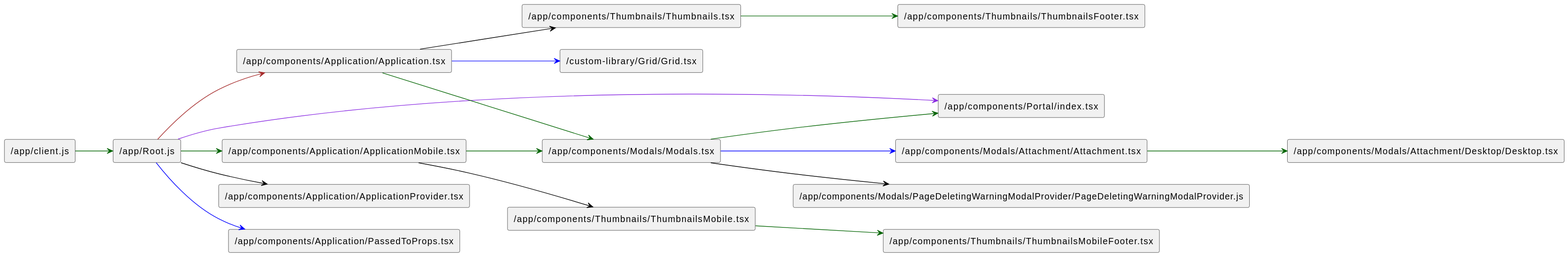
This is build/assets/treeComponentsUML.svg from mallchel/react-to-uml, a PlantUML export, as it was before one commit. Its diagram source:
```plantuml
@startuml
left to right direction
rectangle "/app/Root.js" {
}
rectangle "/app/components/Application/ApplicationMobile.tsx" {
}
rectangle "/app/components/Application/ApplicationProvider.tsx" {
}
rectangle "/app/components/Application/PassedToProps.tsx" {
}
rectangle "/app/components/Portal/index.tsx" {
}
rectangle "/app/components/Application/Application.tsx" {
}
[/app/Root.js] -[#006400]-> [/app/components/Application/ApplicationMobile.tsx]
[/app/Root.js] -[#000000]-> [/app/components/Application/ApplicationProvider.tsx]
[/app/Root.js] -[#0000FF]-> [/app/components/Application/PassedToProps.tsx]
[/app/Root.js] -[#8A2BE2]-> [/app/components/Portal/index.tsx]
[/app/Root.js] -[#A52A2A]-> [/app/components/Application/Application.tsx]
rectangle "/app/components/Modals/Modals.tsx" {
}
rectangle "/app/components/Thumbnails/ThumbnailsMobile.tsx" {
}
[/app/components/Application/ApplicationMobile.tsx] -[#006400]-> [/app/components/Modals/Modals.tsx]
[/app/components/Application/ApplicationMobile.tsx] -[#000000]-> [/app/components/Thumbnails/ThumbnailsMobile.tsx]
rectangle "/app/components/Thumbnails/Thumbnails.tsx" {
}
rectangle "/custom-library/Grid/Grid.tsx" {
}
[/app/components/Application/Application.tsx] -[#006400]-> [/app/components/Modals/Modals.tsx]
[/app/components/Application/Application.tsx] -[#000000]-> [/app/components/Thumbnails/Thumbnails.tsx]
[/app/components/Application/Application.tsx] -[#0000FF]-> [/custom-library/Grid/Grid.tsx]
rectangle "/app/components/Thumbnails/ThumbnailsFooter.tsx" {
}
[/app/components/Thumbnails/Thumbnails.tsx] -[#006400]-> [/app/components/Thumbnails/ThumbnailsFooter.tsx]
rectangle "/app/components/Thumbnails/ThumbnailsMobileFooter.tsx" {
}
[/app/components/Thumbnails/ThumbnailsMobile.tsx] -[#006400]-> [/app/components/Thumbnails/ThumbnailsMobileFooter.tsx]
rectangle "/app/components/Modals/PageDeletingWarningModalProvider/PageDeletingWarningModalProvider.js" {
}
rectangle "/app/components/Modals/Attachment/Attachment.tsx" {
}
[/app/components/Modals/Modals.tsx] -[#006400]-> [/app/components/Portal/index.tsx]
[/app/components/Modals/Modals.tsx] -[#000000]-> [/app/components/Modals/PageDeletingWarningModalProvider/PageDeletingWarningModalProvider.js]
[/app/components/Modals/Modals.tsx] -[#0000FF]-> [/app/components/Modals/Attachment/Attachment.tsx]
rectangle "/app/components/Modals/Attachment/Desktop/Desktop.tsx" {
}
[/app/components/Modals/Attachment/Attachment.tsx] -[#006400]-> [/app/components/Modals/Attachment/Desktop/Desktop.tsx]
rectangle "/app/client.js" {
}
[/app/client.js] -[#006400]-> [/app/Root.js]
@enduml
```
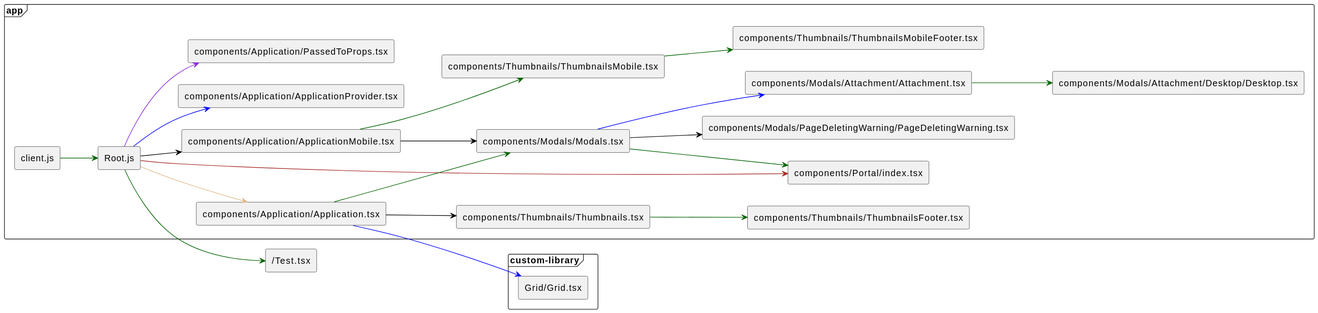
Above is the later version.

The edit, as a diff of the source:
```diff
@@ -1,52 +1,61 @@
 @startuml
 left to right direction
-rectangle "/app/Root.js" {
+frame "app" {
+  rectangle "Root.js" {
 }
-rectangle "/app/components/Application/ApplicationMobile.tsx" {
+rectangle "components/Application/ApplicationMobile.tsx" {
 }
-rectangle "/app/components/Application/ApplicationProvider.tsx" {
+rectangle "components/Application/ApplicationProvider.tsx" {
 }
-rectangle "/app/components/Application/PassedToProps.tsx" {
+rectangle "components/Application/PassedToProps.tsx" {
 }
-rectangle "/app/components/Portal/index.tsx" {
+rectangle "components/Portal/index.tsx" {
 }
-rectangle "/app/components/Application/Application.tsx" {
+rectangle "components/Application/Application.tsx" {
 }
-[/app/Root.js] -[#006400]-> [/app/components/Application/ApplicationMobile.tsx]
-[/app/Root.js] -[#000000]-> [/app/components/Application/ApplicationProvider.tsx]
-[/app/Root.js] -[#0000FF]-> [/app/components/Application/PassedToProps.tsx]
-[/app/Root.js] -[#8A2BE2]-> [/app/components/Portal/index.tsx]
-[/app/Root.js] -[#A52A2A]-> [/app/components/Application/Application.tsx]
-rectangle "/app/components/Modals/Modals.tsx" {
+rectangle "components/Thumbnails/ThumbnailsMobile.tsx" {
 }
-rectangle "/app/components/Thumbnails/ThumbnailsMobile.tsx" {
+rectangle "components/Modals/Modals.tsx" {
 }
-[/app/components/Application/ApplicationMobile.tsx] -[#006400]-> [/app/components/Modals/Modals.tsx]
-[/app/components/Application/ApplicationMobile.tsx] -[#000000]-> [/app/components/Thumbnails/ThumbnailsMobile.tsx]
-rectangle "/app/components/Thumbnails/Thumbnails.tsx" {
+rectangle "components/Thumbnails/Thumbnails.tsx" {
 }
-rectangle "/custom-library/Grid/Grid.tsx" {
+rectangle "components/Modals/PageDeletingWarning/PageDeletingWarning.tsx" {
 }
-[/app/components/Application/Application.tsx] -[#006400]-> [/app/components/Modals/Modals.tsx]
-[/app/components/Application/Application.tsx] -[#000000]-> [/app/components/Thumbnails/Thumbnails.tsx]
-[/app/components/Application/Application.tsx] -[#0000FF]-> [/custom-library/Grid/Grid.tsx]
-rectangle "/app/components/Thumbnails/ThumbnailsFooter.tsx" {
+rectangle "components/Modals/Attachment/Attachment.tsx" {
 }
-[/app/components/Thumbnails/Thumbnails.tsx] -[#006400]-> [/app/components/Thumbnails/ThumbnailsFooter.tsx]
-rectangle "/app/components/Thumbnails/ThumbnailsMobileFooter.tsx" {
+rectangle "components/Thumbnails/ThumbnailsFooter.tsx" {
 }
-[/app/components/Thumbnails/ThumbnailsMobile.tsx] -[#006400]-> [/app/components/Thumbnails/ThumbnailsMobileFooter.tsx]
-rectangle "/app/components/Modals/PageDeletingWarningModalProvider/PageDeletingWarningModalProvider.js" {
+rectangle "components/Thumbnails/ThumbnailsMobileFooter.tsx" {
 }
-rectangle "/app/components/Modals/Attachment/Attachment.tsx" {
+rectangle "components/Modals/Attachment/Desktop/Desktop.tsx" {
 }
-[/app/components/Modals/Modals.tsx] -[#006400]-> [/app/components/Portal/index.tsx]
-[/app/components/Modals/Modals.tsx] -[#000000]-> [/app/components/Modals/PageDeletingWarningModalProvider/PageDeletingWarningModalProvider.js]
-[/app/components/Modals/Modals.tsx] -[#0000FF]-> [/app/components/Modals/Attachment/Attachment.tsx]
-rectangle "/app/components/Modals/Attachment/Desktop/Desktop.tsx" {
+rectangle "client.js" {
 }
-[/app/components/Modals/Attachment/Attachment.tsx] -[#006400]-> [/app/components/Modals/Attachment/Desktop/Desktop.tsx]
-rectangle "/app/client.js" {
+
+ }
+frame "custom-library" {
+  rectangle "Grid/Grid.tsx" {
 }
-[/app/client.js] -[#006400]-> [/app/Root.js]
+
+ }
+rectangle "/Test.tsx" {
+}
+[Root.js] -[#006400]-> [/Test.tsx]
+[Root.js] -[#000000]-> [components/Application/ApplicationMobile.tsx]
+[Root.js] -[#0000FF]-> [components/Application/ApplicationProvider.tsx]
+[Root.js] -[#8A2BE2]-> [components/Application/PassedToProps.tsx]
+[Root.js] -[#A52A2A]-> [components/Portal/index.tsx]
+[Root.js] -[#DEB887]-> [components/Application/Application.tsx]
+[components/Application/ApplicationMobile.tsx] -[#006400]-> [components/Thumbnails/ThumbnailsMobile.tsx]
+[components/Application/ApplicationMobile.tsx] -[#000000]-> [components/Modals/Modals.tsx]
+[components/Application/Application.tsx] -[#006400]-> [components/Modals/Modals.tsx]
+[components/Application/Application.tsx] -[#000000]-> [components/Thumbnails/Thumbnails.tsx]
+[components/Application/Application.tsx] -[#0000FF]-> [Grid/Grid.tsx]
+[components/Modals/Modals.tsx] -[#006400]-> [components/Portal/index.tsx]
+[components/Modals/Modals.tsx] -[#000000]-> [components/Modals/PageDeletingWarning/PageDeletingWarning.tsx]
+[components/Modals/Modals.tsx] -[#0000FF]-> [components/Modals/Attachment/Attachment.tsx]
+[components/Thumbnails/Thumbnails.tsx] -[#006400]-> [components/Thumbnails/ThumbnailsFooter.tsx]
+[components/Thumbnails/ThumbnailsMobile.tsx] -[#006400]-> [components/Thumbnails/ThumbnailsMobileFooter.tsx]
+[components/Modals/Attachment/Attachment.tsx] -[#006400]-> [components/Modals/Attachment/Desktop/Desktop.tsx]
+[client.js] -[#006400]-> [Root.js]
 @enduml
```
